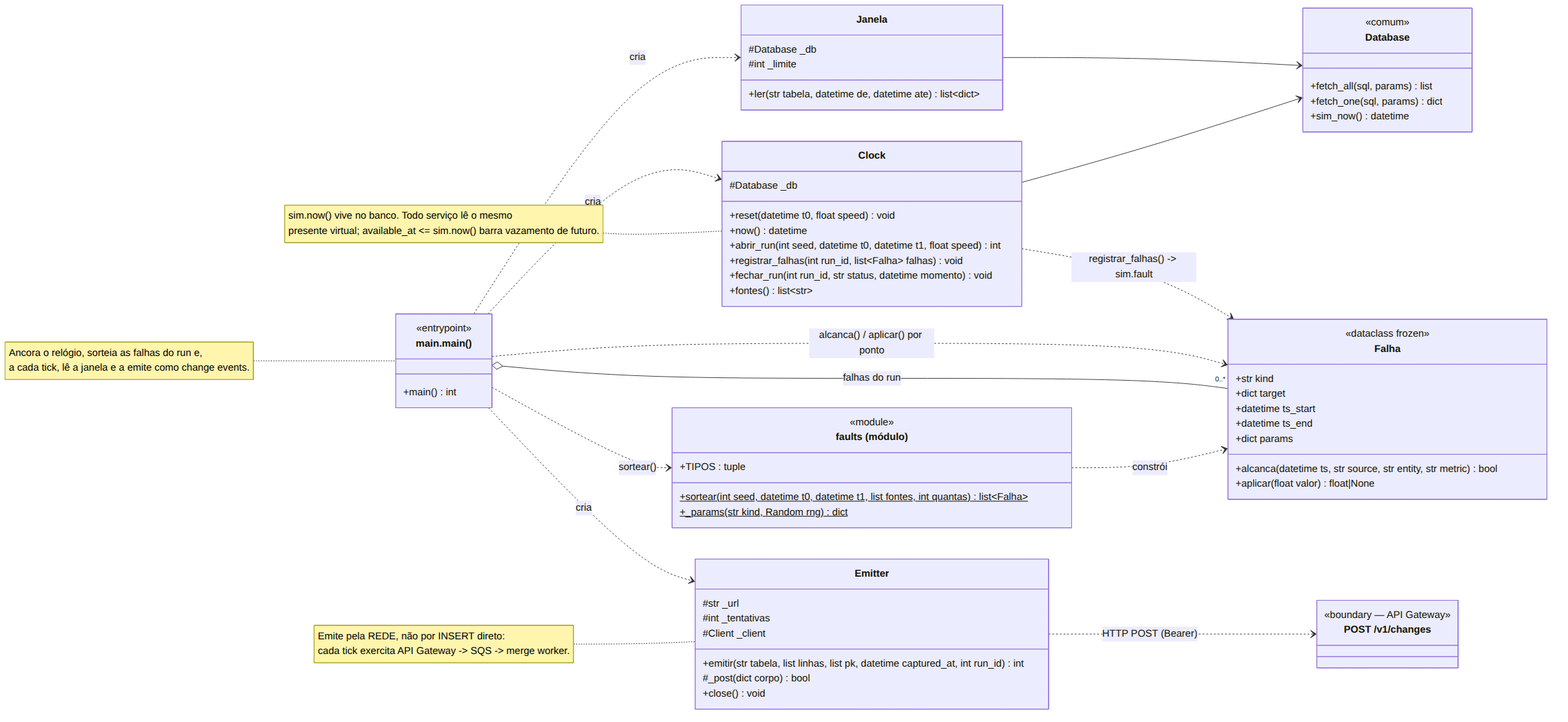
Before: artefatos/assets/diagrama-classes-relogio.png, a diagram exported from Mermaid (diegofsiilva/globo). Its source is kept beside it as artefatos/assets/diagrama-classes-relogio.mmd. Its diagram source:
```mermaid
classDiagram
    direction LR

    class SimuladorMain["__main__.main()"] {
        <<entrypoint>>
        +main() int
    }

    class Clock {
        #Database _db
        +reset(datetime t0, float speed) void
        +now() datetime
        +abrir_run(int seed, datetime t0, datetime t1, float speed) int
        +registrar_falhas(int run_id, list~Falha~ falhas) void
        +fechar_run(int run_id, str status, datetime momento) void
        +fontes() list~str~
    }

    class Janela {
        #Database _db
        #int _limite
        +ler(str tabela, datetime de, datetime ate) list~dict~
    }

    class Emitter {
        #str _url
        #int _tentativas
        #Client _client
        +emitir(str tabela, list linhas, list pk, datetime captured_at, int run_id) int
        #_post(dict corpo) bool
        +close() void
    }

    class Falha {
        <<dataclass frozen>>
        +str kind
        +dict target
        +datetime ts_start
        +datetime ts_end
        +dict params
        +alcanca(datetime ts, str source, str entity, str metric) bool
        +aplicar(float valor) float|None
    }

    class Faults["faults (módulo)"] {
        <<module>>
        +TIPOS : tuple
        +sortear(int seed, datetime t0, datetime t1, list fontes, int quantas)$ list~Falha~
        +_params(str kind, Random rng)$ dict
    }

    class Database {
        <<comum>>
        +fetch_all(sql, params) list
        +fetch_one(sql, params) dict
        +sim_now() datetime
    }

    class APIMudancas["POST /v1/changes"] {
        <<boundary — API Gateway>>
    }

    SimuladorMain ..> Clock : cria
    SimuladorMain ..> Janela : cria
    SimuladorMain ..> Emitter : cria
    SimuladorMain ..> Faults : sortear()

    Clock --> Database
    Janela --> Database
    Faults ..> Falha : constrói
    SimuladorMain o-- "0..*" Falha : falhas do run
    SimuladorMain ..> Falha : alcanca() / aplicar() por ponto
    Emitter ..> APIMudancas : HTTP POST (Bearer)
    Clock ..> Falha : registrar_falhas() -> sim.fault

    note for SimuladorMain "Ancora o relógio, sorteia as falhas do run e,<br/>a cada tick, lê a janela e a emite como change events."
    note for Emitter "Emite pela REDE, não por INSERT direto:<br/>cada tick exercita API Gateway -> SQS -> merge worker."
    note for Clock "sim.now() vive no banco. Todo serviço lê o mesmo<br/>presente virtual; available_at &lt;= sim.now() barra vazamento de futuro."
```
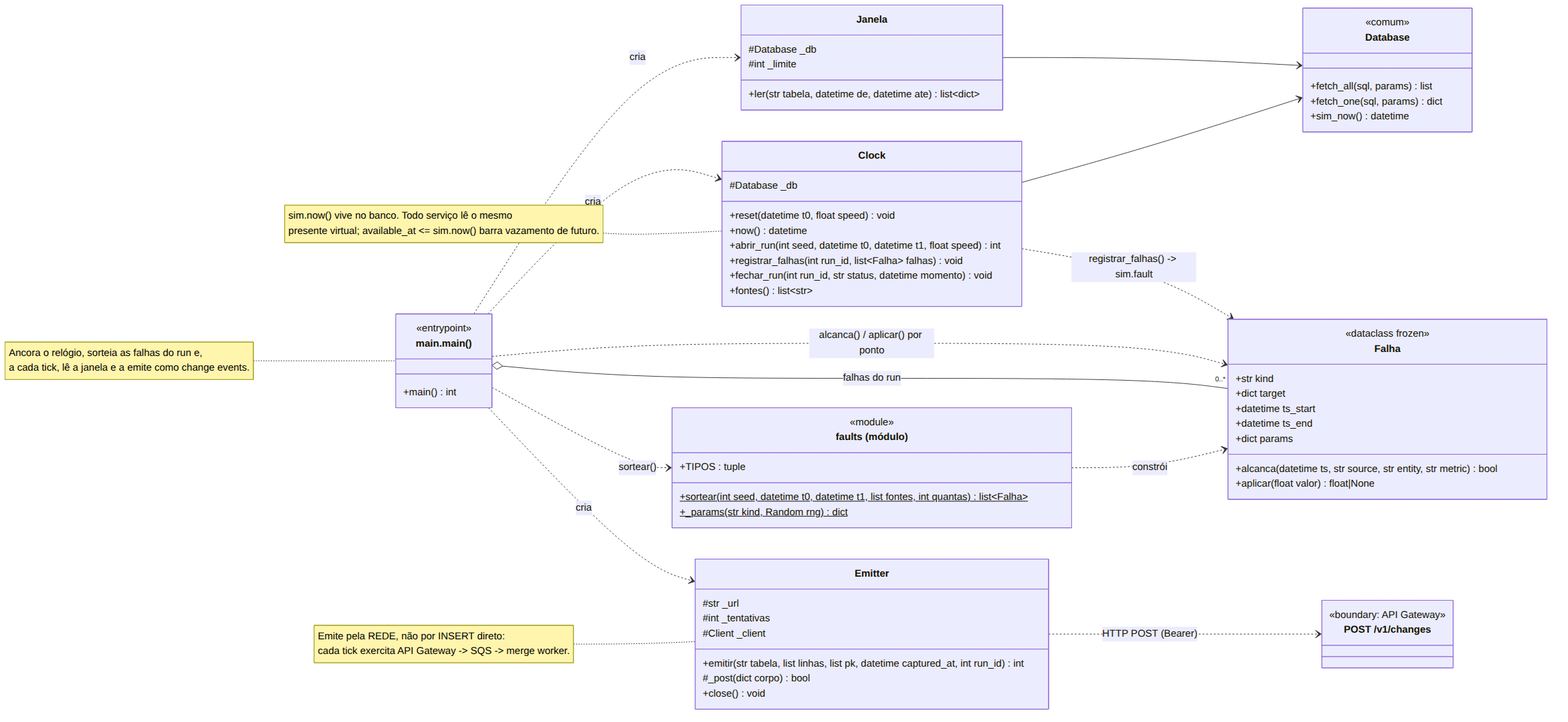
Above is the later version.

Change to the diagram source:
```diff
@@ -57,7 +57,7 @@
     }
 
     class APIMudancas["POST /v1/changes"] {
-        <<boundary — API Gateway>>
+        <<boundary: API Gateway>>
     }
 
     SimuladorMain ..> Clock : cria
```
